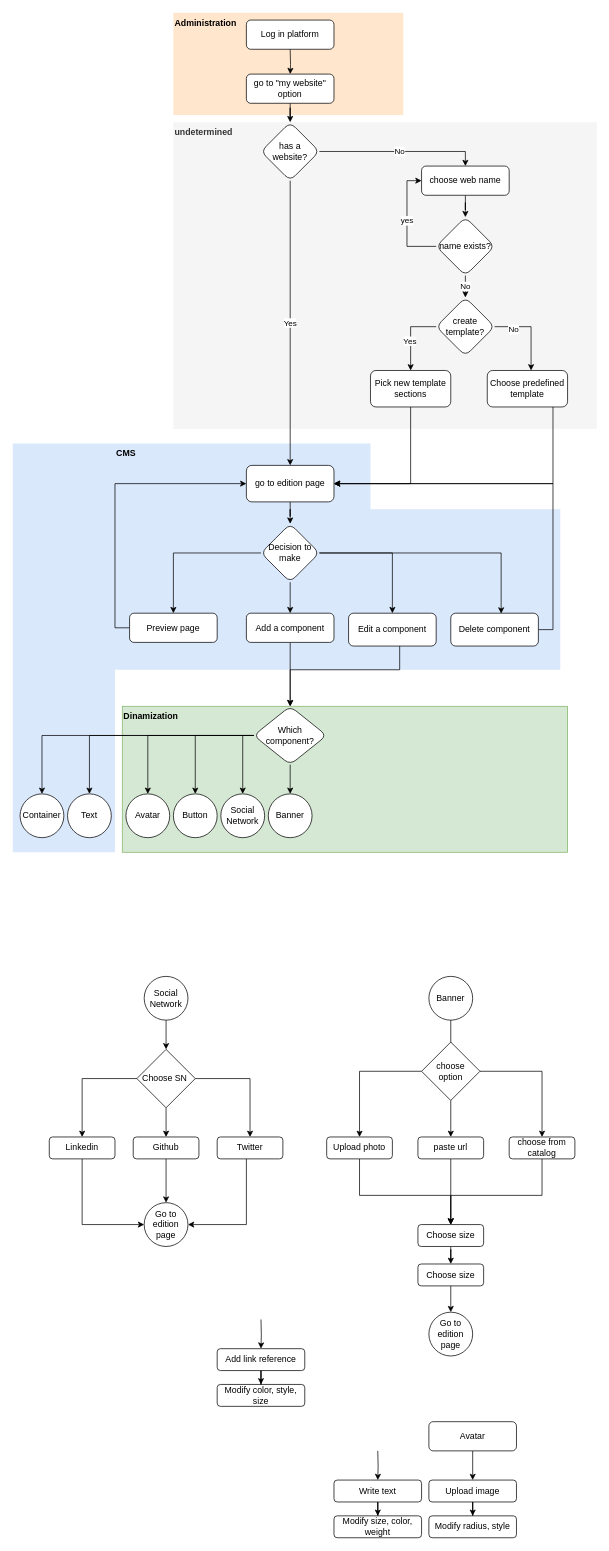
Above: components.drawio in richruizv/platzi_master_startup (draw.io), before the change. Source tidied: cells renumbered, new cells numbered last; positions are measured from the earlier drawing's top-left corner, leaving out a move shared by most shapes. Both pictures are drawn from the tidied source at 73%, with x=0, y=0 at pixel (12, 12).
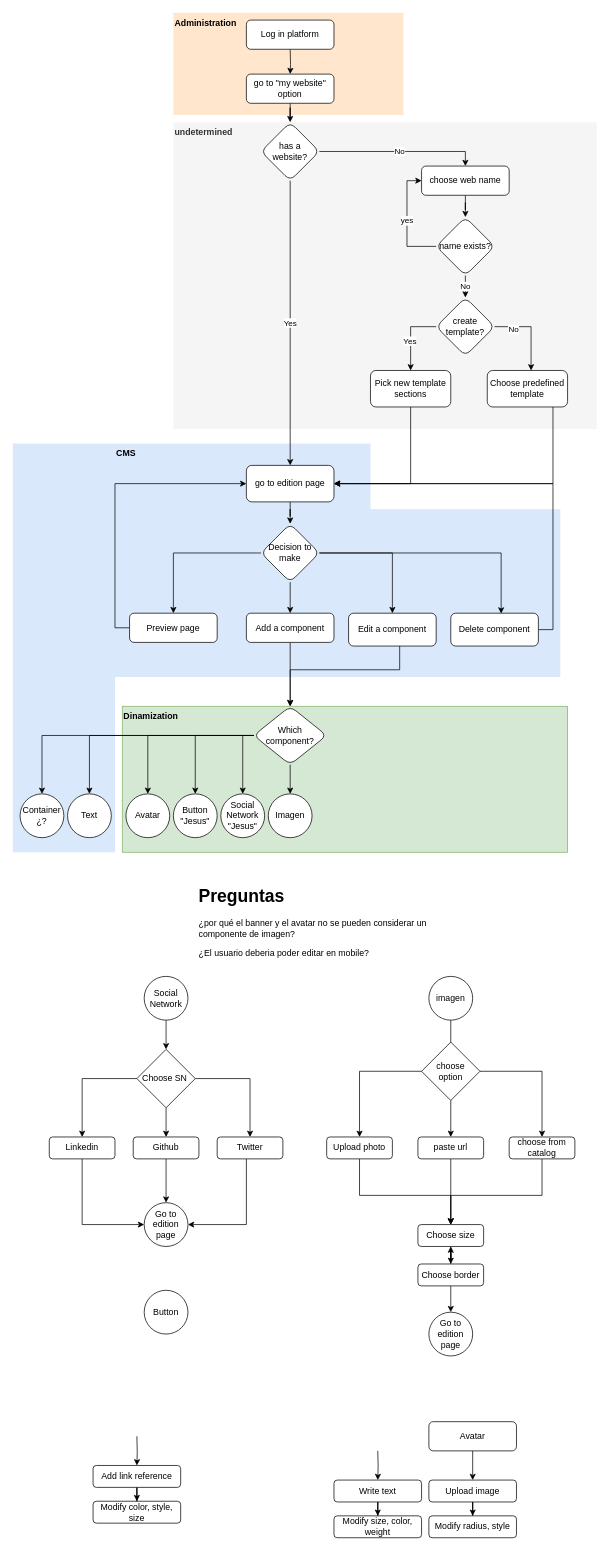
Above is the later version.

Unchanged cells that the change refers to:
```xml
<mxCell id="92" value="Choose size" style="whiteSpace=wrap;html=1;rounded=1;" parent="1" vertex="1">
  <mxGeometry x="555" y="1660" width="90" height="30" as="geometry" />
</mxCell>
```

Diff of the diagram source:
```diff
@@
     <mxCell id="6" style="rounded=0;whiteSpace=wrap;html=1;fillColor=#dae8fc;strokeColor=none;" parent="1" vertex="1">
-      <mxGeometry x="140" y="680" width="610" height="220" as="geometry" />
+      <mxGeometry x="140" y="680" width="610" height="230" as="geometry" />
     </mxCell>
@@
     <mxCell id="54" style="edgeStyle=orthogonalEdgeStyle;rounded=0;jettySize=auto;html=1;endArrow=classic;endFill=1;" parent="1" edge="1" target="62">
       <mxGeometry relative="1" as="geometry">
-        <mxPoint x="340" y="1790" as="sourcePoint" />
+        <mxPoint x="170" y="1950" as="sourcePoint" />
       </mxGeometry>
     </mxCell>
@@
     <mxCell id="62" value="Add link reference" style="whiteSpace=wrap;html=1;rounded=1;" parent="1" vertex="1">
-      <mxGeometry x="280" y="1830" width="120" height="30" as="geometry" />
+      <mxGeometry x="110" y="1990" width="120" height="30" as="geometry" />
     </mxCell>
     <mxCell id="63" value="Modify color, style, size" style="whiteSpace=wrap;html=1;rounded=1;" parent="1" vertex="1">
-      <mxGeometry x="280" y="1879" width="120" height="30" as="geometry" />
+      <mxGeometry x="110" y="2039" width="120" height="30" as="geometry" />
     </mxCell>
-    <mxCell id="64" value="Social Network" style="ellipse;whiteSpace=wrap;html=1;" parent="1" vertex="1">
+    <mxCell id="64" value="Social Network&lt;br&gt;&quot;Jesus&quot;" style="ellipse;whiteSpace=wrap;html=1;" parent="1" vertex="1">
       <mxGeometry x="285" y="1070" width="60" height="60" as="geometry" />
     </mxCell>
@@
-    <mxCell id="78" value="Banner" style="ellipse;whiteSpace=wrap;html=1;" parent="1" vertex="1">
+    <mxCell id="78" value="Imagen" style="ellipse;whiteSpace=wrap;html=1;" parent="1" vertex="1">
       <mxGeometry x="350" y="1070" width="60" height="60" as="geometry" />
     </mxCell>
-    <mxCell id="79" value="Banner" style="ellipse;whiteSpace=wrap;html=1;" parent="1" vertex="1">
+    <mxCell id="79" value="imagen" style="ellipse;whiteSpace=wrap;html=1;" parent="1" vertex="1">
       <mxGeometry x="570" y="1320" width="60" height="60" as="geometry" />
     </mxCell>
@@
+    <mxCell id="100" style="edgeStyle=orthogonalEdgeStyle;rounded=0;jettySize=auto;html=1;" parent="1" edge="1" source="94" target="92">
+      <mxGeometry relative="1" as="geometry" />
+    </mxCell>
-    <mxCell id="94" value="Choose size" style="whiteSpace=wrap;html=1;rounded=1;" parent="1" vertex="1">
+    <mxCell id="94" value="Choose border" style="whiteSpace=wrap;html=1;rounded=1;" parent="1" vertex="1">
       <mxGeometry x="555" y="1714" width="90" height="30" as="geometry" />
     </mxCell>
@@
-    <mxCell id="97" value="Container" style="ellipse;whiteSpace=wrap;html=1;" parent="1" vertex="1">
+    <mxCell id="97" value="Container&lt;br&gt;¿?" style="ellipse;whiteSpace=wrap;html=1;" parent="1" vertex="1">
       <mxGeometry x="10" y="1070" width="60" height="60" as="geometry" />
     </mxCell>
@@
-    <mxCell id="99" value="Button" style="ellipse;whiteSpace=wrap;html=1;" parent="1" vertex="1">
+    <mxCell id="99" value="Button&lt;br&gt;&quot;Jesus&quot;" style="ellipse;whiteSpace=wrap;html=1;" parent="1" vertex="1">
       <mxGeometry x="220" y="1070" width="60" height="60" as="geometry" />
     </mxCell>
+    <mxCell id="101" value="Button" style="ellipse;whiteSpace=wrap;html=1;" parent="1" vertex="1">
+      <mxGeometry x="180" y="1750" width="60" height="60" as="geometry" />
+    </mxCell>
+    <mxCell id="102" value="&lt;h1&gt;Preguntas&lt;/h1&gt;&lt;p&gt;¿por qué el banner y el avatar no se pueden considerar un componente de imagen?&lt;/p&gt;&lt;p&gt;¿El usuario deberia poder editar en mobile?&lt;br&gt;&lt;br&gt;&lt;/p&gt;" style="text;html=1;strokeColor=none;fillColor=none;spacing=5;spacingTop=-20;whiteSpace=wrap;overflow=hidden;rounded=0;" parent="1" vertex="1">
+      <mxGeometry x="250" y="1190" width="360" height="120" as="geometry" />
+    </mxCell>
```
